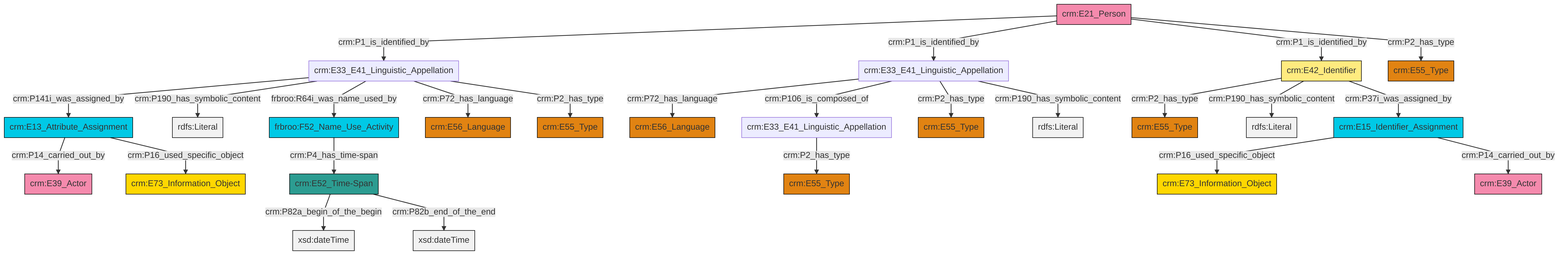
The Mermaid diagram et/personCSV/ttl/mmd/png/Person_Names_and_Classification.png in swiss-art-research-net/reference-data-models, before a commit. Its source is kept beside it as et/personCSV/ttl/mmd/Person_Names_and_Classification.ttl.mmd.
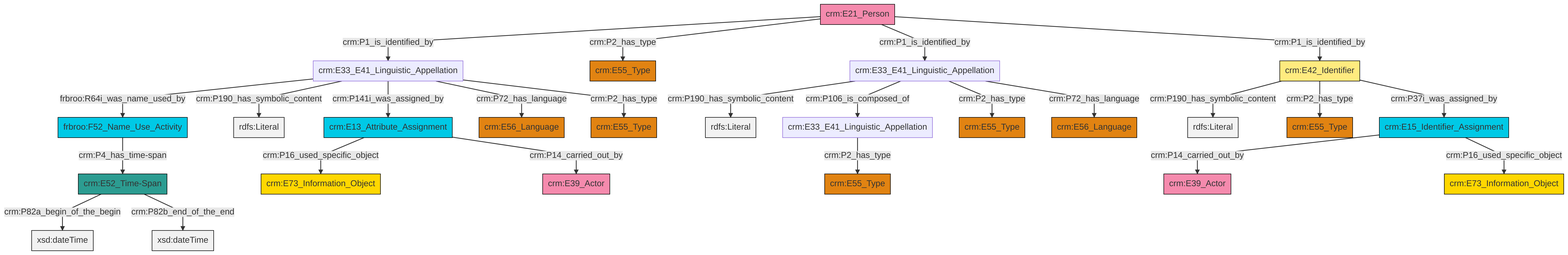
After the commit.

Change to the diagram source:
```diff
@@ -13,27 +13,27 @@
 classDef PC_Classes fill:#4ce600, stroke:#000000;
 classDef Multi fill:#cccccc,stroke:#000000;
 
-0["crm:E21_Person"]:::Actor -->|crm:P1_is_identified_by| 1["crm:E33_E41_Linguistic_Appellation"]:::Default
-6["crm:E13_Attribute_Assignment"]:::Temporal_Entity -->|crm:P14_carried_out_by| 8["crm:E39_Actor"]:::Actor
-9["crm:E42_Identifier"]:::Appellation -->|crm:P2_has_type| 10["crm:E55_Type"]:::Type
-11["crm:E33_E41_Linguistic_Appellation"]:::Default -->|crm:P72_has_language| 12["crm:E56_Language"]:::Type
-1["crm:E33_E41_Linguistic_Appellation"]:::Default -->|crm:P141i_was_assigned_by| 6["crm:E13_Attribute_Assignment"]:::Temporal_Entity
-18["crm:E52_Time-Span"]:::Time-Span -->|crm:P82a_begin_of_the_begin| 19[xsd:dateTime]:::Literal
-1["crm:E33_E41_Linguistic_Appellation"]:::Default -->|crm:P190_has_symbolic_content| 21[rdfs:Literal]:::Literal
-9["crm:E42_Identifier"]:::Appellation -->|crm:P190_has_symbolic_content| 28[rdfs:Literal]:::Literal
-1["crm:E33_E41_Linguistic_Appellation"]:::Default -->|frbroo:R64i_was_name_used_by| 31["frbroo:F52_Name_Use_Activity"]:::Temporal_Entity
-6["crm:E13_Attribute_Assignment"]:::Temporal_Entity -->|crm:P16_used_specific_object| 32["crm:E73_Information_Object"]:::Conceptual_Object
-33["crm:E15_Identifier_Assignment"]:::Temporal_Entity -->|crm:P16_used_specific_object| 13["crm:E73_Information_Object"]:::Conceptual_Object
-11["crm:E33_E41_Linguistic_Appellation"]:::Default -->|crm:P106_is_composed_of| 2["crm:E33_E41_Linguistic_Appellation"]:::Default
-1["crm:E33_E41_Linguistic_Appellation"]:::Default -->|crm:P72_has_language| 23["crm:E56_Language"]:::Type
-9["crm:E42_Identifier"]:::Appellation -->|crm:P37i_was_assigned_by| 33["crm:E15_Identifier_Assignment"]:::Temporal_Entity
-2["crm:E33_E41_Linguistic_Appellation"]:::Default -->|crm:P2_has_type| 29["crm:E55_Type"]:::Type
-1["crm:E33_E41_Linguistic_Appellation"]:::Default -->|crm:P2_has_type| 16["crm:E55_Type"]:::Type
-33["crm:E15_Identifier_Assignment"]:::Temporal_Entity -->|crm:P14_carried_out_by| 35["crm:E39_Actor"]:::Actor
-18["crm:E52_Time-Span"]:::Time-Span -->|crm:P82b_end_of_the_end| 42[xsd:dateTime]:::Literal
-0["crm:E21_Person"]:::Actor -->|crm:P1_is_identified_by| 11["crm:E33_E41_Linguistic_Appellation"]:::Default
-0["crm:E21_Person"]:::Actor -->|crm:P1_is_identified_by| 9["crm:E42_Identifier"]:::Appellation
-11["crm:E33_E41_Linguistic_Appellation"]:::Default -->|crm:P2_has_type| 4["crm:E55_Type"]:::Type
-0["crm:E21_Person"]:::Actor -->|crm:P2_has_type| 37["crm:E55_Type"]:::Type
-31["frbroo:F52_Name_Use_Activity"]:::Temporal_Entity -->|crm:P4_has_time-span| 18["crm:E52_Time-Span"]:::Time-Span
-11["crm:E33_E41_Linguistic_Appellation"]:::Default -->|crm:P190_has_symbolic_content| 46[rdfs:Literal]:::Literal
+4["crm:E15_Identifier_Assignment"]:::Temporal_Entity -->|crm:P14_carried_out_by| 5["crm:E39_Actor"]:::Actor
+6["crm:E33_E41_Linguistic_Appellation"]:::Default -->|frbroo:R64i_was_name_used_by| 2["frbroo:F52_Name_Use_Activity"]:::Temporal_Entity
+7["crm:E33_E41_Linguistic_Appellation"]:::Default -->|crm:P190_has_symbolic_content| 8[rdfs:Literal]:::Literal
+11["crm:E42_Identifier"]:::Appellation -->|crm:P190_has_symbolic_content| 12[rdfs:Literal]:::Literal
+7["crm:E33_E41_Linguistic_Appellation"]:::Default -->|crm:P106_is_composed_of| 13["crm:E33_E41_Linguistic_Appellation"]:::Default
+15["crm:E21_Person"]:::Actor -->|crm:P1_is_identified_by| 6["crm:E33_E41_Linguistic_Appellation"]:::Default
+17["crm:E52_Time-Span"]:::Time-Span -->|crm:P82a_begin_of_the_begin| 18[xsd:dateTime]:::Literal
+22["crm:E13_Attribute_Assignment"]:::Temporal_Entity -->|crm:P16_used_specific_object| 0["crm:E73_Information_Object"]:::Conceptual_Object
+6["crm:E33_E41_Linguistic_Appellation"]:::Default -->|crm:P190_has_symbolic_content| 24[rdfs:Literal]:::Literal
+7["crm:E33_E41_Linguistic_Appellation"]:::Default -->|crm:P2_has_type| 9["crm:E55_Type"]:::Type
+15["crm:E21_Person"]:::Actor -->|crm:P2_has_type| 25["crm:E55_Type"]:::Type
+13["crm:E33_E41_Linguistic_Appellation"]:::Default -->|crm:P2_has_type| 31["crm:E55_Type"]:::Type
+6["crm:E33_E41_Linguistic_Appellation"]:::Default -->|crm:P141i_was_assigned_by| 22["crm:E13_Attribute_Assignment"]:::Temporal_Entity
+17["crm:E52_Time-Span"]:::Time-Span -->|crm:P82b_end_of_the_end| 34[xsd:dateTime]:::Literal
+6["crm:E33_E41_Linguistic_Appellation"]:::Default -->|crm:P72_has_language| 40["crm:E56_Language"]:::Type
+7["crm:E33_E41_Linguistic_Appellation"]:::Default -->|crm:P72_has_language| 27["crm:E56_Language"]:::Type
+22["crm:E13_Attribute_Assignment"]:::Temporal_Entity -->|crm:P14_carried_out_by| 42["crm:E39_Actor"]:::Actor
+4["crm:E15_Identifier_Assignment"]:::Temporal_Entity -->|crm:P16_used_specific_object| 19["crm:E73_Information_Object"]:::Conceptual_Object
+11["crm:E42_Identifier"]:::Appellation -->|crm:P2_has_type| 38["crm:E55_Type"]:::Type
+6["crm:E33_E41_Linguistic_Appellation"]:::Default -->|crm:P2_has_type| 29["crm:E55_Type"]:::Type
+15["crm:E21_Person"]:::Actor -->|crm:P1_is_identified_by| 7["crm:E33_E41_Linguistic_Appellation"]:::Default
+15["crm:E21_Person"]:::Actor -->|crm:P1_is_identified_by| 11["crm:E42_Identifier"]:::Appellation
+11["crm:E42_Identifier"]:::Appellation -->|crm:P37i_was_assigned_by| 4["crm:E15_Identifier_Assignment"]:::Temporal_Entity
+2["frbroo:F52_Name_Use_Activity"]:::Temporal_Entity -->|crm:P4_has_time-span| 17["crm:E52_Time-Span"]:::Time-Span
```
